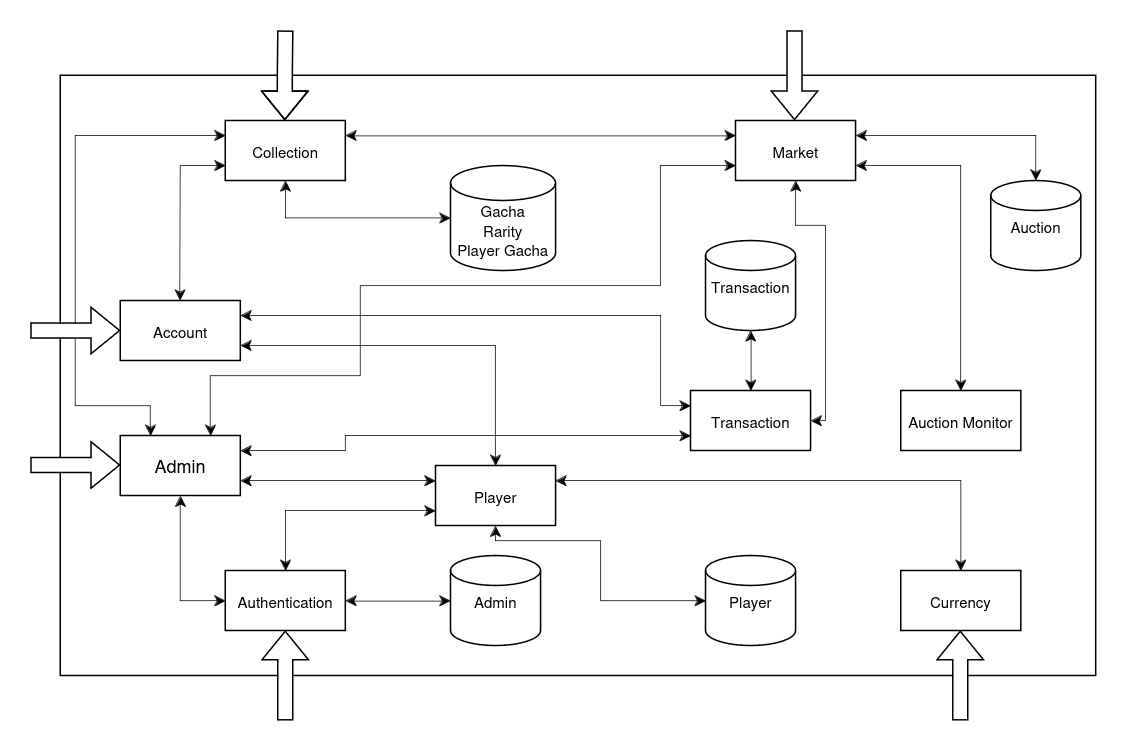
Before: doc/first-prototype-delivery/images/architecture-v2.drawio.png, a diagram exported from draw.io (pklone/ASE-project). Source tidied: cells renumbered, new cells last; positions are measured from the earlier drawing's top-left corner, leaving out a move shared by most shapes.
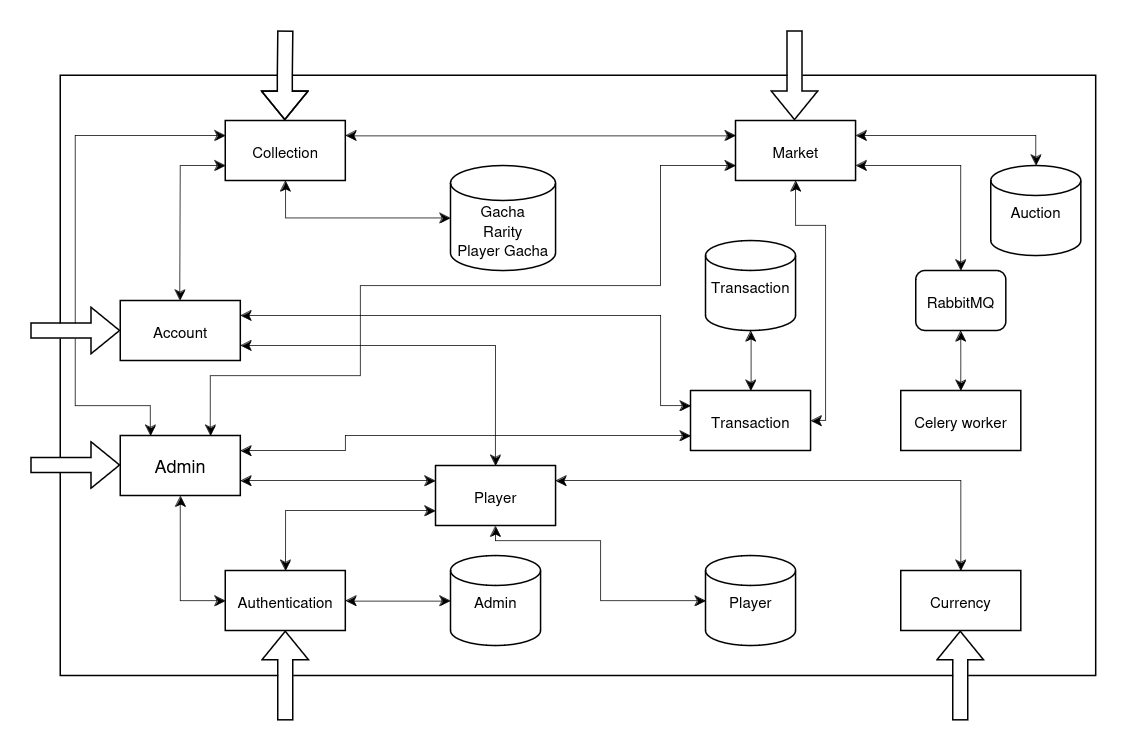
After the change.

Commit message:
fix(doc): update architecture diagram

What changed in the source:
```diff
@@ -5,7 +5,7 @@
     <mxCell id="2" style="rounded=0;whiteSpace=wrap;html=1;" parent="1" vertex="1">
       <mxGeometry x="20" y="30" width="690" height="400" as="geometry" />
     </mxCell>
-    <mxCell id="3" value="&lt;font style=&quot;font-size: 10px;&quot;&gt;Auction Monitor&lt;/font&gt;" style="rounded=0;whiteSpace=wrap;html=1;strokeWidth=1;" parent="1" vertex="1">
+    <mxCell id="3" value="&lt;font style=&quot;font-size: 10px;&quot;&gt;Celery worker&lt;/font&gt;" style="rounded=0;whiteSpace=wrap;html=1;strokeWidth=1;" parent="1" vertex="1">
       <mxGeometry x="580" y="240" width="80" height="40" as="geometry" />
     </mxCell>
     <mxCell id="4" value="&lt;font style=&quot;font-size: 10px;&quot;&gt;Currency&lt;/font&gt;" style="rounded=0;whiteSpace=wrap;html=1;strokeWidth=1;" parent="1" vertex="1">
@@ -27,7 +27,7 @@
       <mxGeometry x="280" y="350" width="60" height="60" as="geometry" />
     </mxCell>
     <mxCell id="10" value="&lt;font style=&quot;font-size: 10px;&quot;&gt;Auction&lt;/font&gt;" style="strokeWidth=1;html=1;shape=mxgraph.flowchart.database;whiteSpace=wrap;" parent="1" vertex="1">
-      <mxGeometry x="640" y="100" width="60" height="60" as="geometry" />
+      <mxGeometry x="640" y="90" width="60" height="60" as="geometry" />
     </mxCell>
     <mxCell id="11" value="&lt;font style=&quot;font-size: 10px;&quot;&gt;Transaction&lt;/font&gt;" style="strokeWidth=1;html=1;shape=mxgraph.flowchart.database;whiteSpace=wrap;" parent="1" vertex="1">
       <mxGeometry x="450" y="140" width="60" height="60" as="geometry" />
@@ -107,12 +107,9 @@
         </Array>
       </mxGeometry>
     </mxCell>
-    <mxCell id="23" style="endArrow=classic;startArrow=classic;html=1;rounded=0;strokeWidth=0.5;edgeStyle=orthogonalEdgeStyle;exitX=1;exitY=0.75;exitDx=0;exitDy=0;" parent="1" edge="1" source="5">
+    <mxCell id="23" style="endArrow=classic;startArrow=classic;html=1;rounded=0;strokeWidth=0.5;edgeStyle=orthogonalEdgeStyle;exitX=0.5;exitY=1;exitDx=0;exitDy=0;" parent="1" edge="1" source="42">
       <mxGeometry relative="1" as="geometry">
         <mxPoint x="620" y="240" as="targetPoint" />
-        <Array as="points">
-          <mxPoint x="620" y="90" />
-        </Array>
       </mxGeometry>
     </mxCell>
     <mxCell id="24" style="edgeStyle=orthogonalEdgeStyle;rounded=0;jettySize=auto;html=1;exitX=1;exitY=0.25;exitDx=0;exitDy=0;" parent="1" edge="1" source="25">
@@ -220,5 +217,11 @@
         </Array>
       </mxGeometry>
     </mxCell>
+    <mxCell id="42" value="&lt;font style=&quot;font-size: 10px;&quot;&gt;RabbitMQ&lt;/font&gt;" style="rounded=1;whiteSpace=wrap;html=1;" parent="1" vertex="1">
+      <mxGeometry x="590" y="160" width="60" height="40" as="geometry" />
+    </mxCell>
+    <mxCell id="43" style="endArrow=classic;startArrow=classic;html=1;rounded=0;strokeWidth=0.5;edgeStyle=orthogonalEdgeStyle;exitX=1;exitY=0.75;exitDx=0;exitDy=0;entryX=0.5;entryY=0;entryDx=0;entryDy=0;" parent="1" edge="1" source="5" target="42">
+      <mxGeometry relative="1" as="geometry" />
+    </mxCell>
   </root>
 </mxGraphModel>
```
